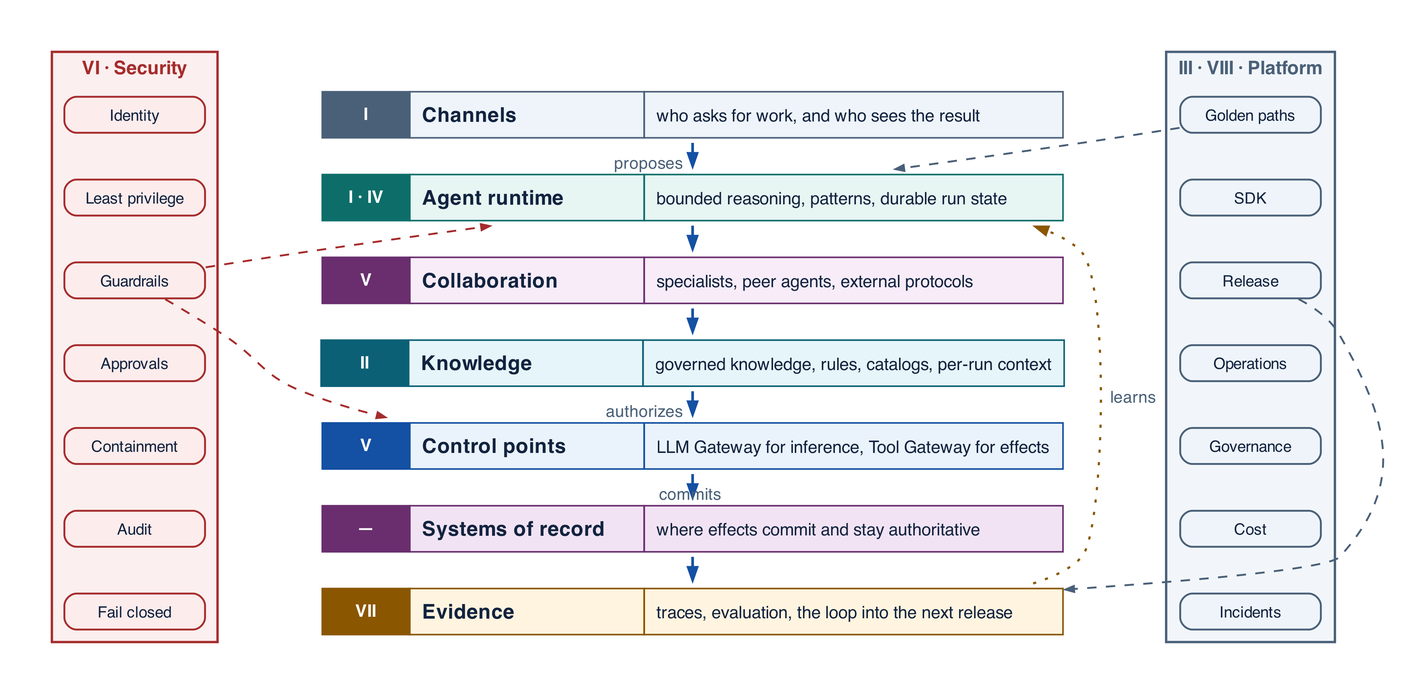
Before: assets/diagrams/system-overview.png, a diagram exported from Graphviz (rrahimi-uci/building-enterprise-general-intelligence). Its source is kept beside it as assets/diagrams/src/system-overview.gv.
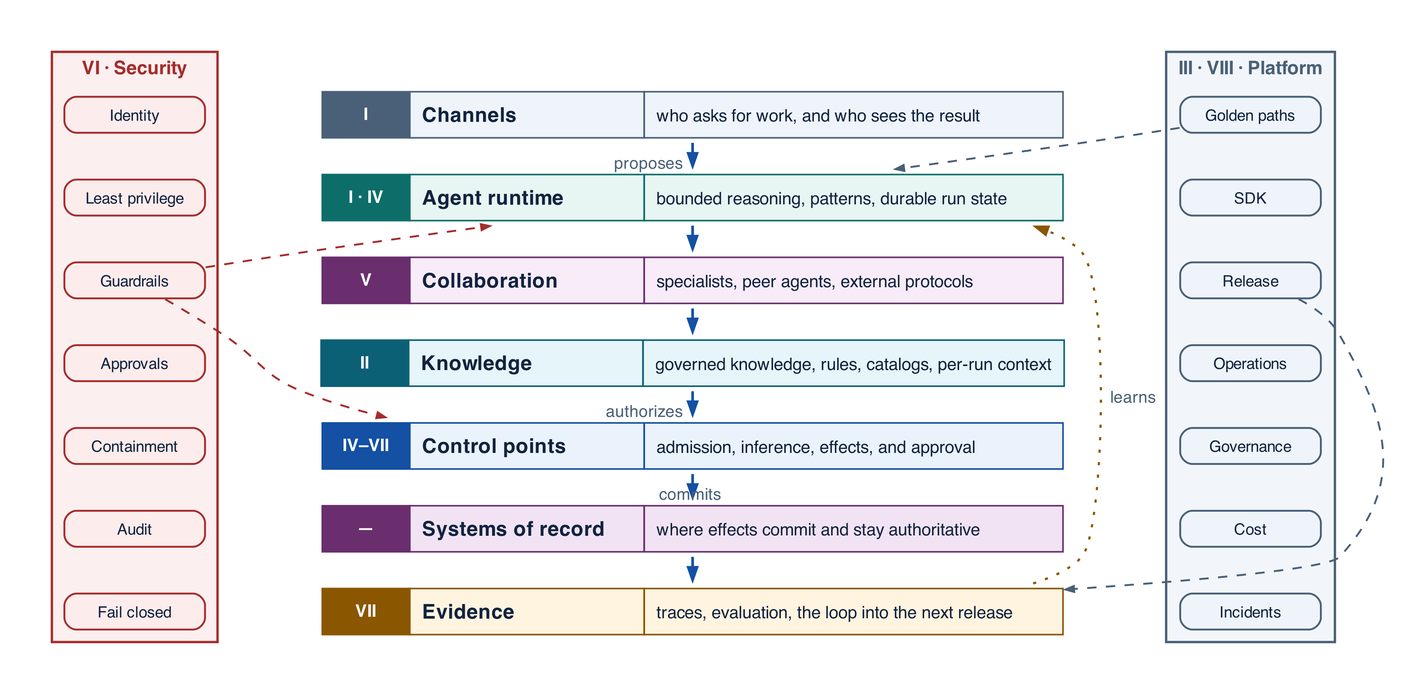
After the commit.

The edit, as a diff of the source:
```diff
@@ -42,9 +42,9 @@
         <TD WIDTH="268" ALIGN="LEFT"><FONT POINT-SIZE="11">governed knowledge, rules, catalogs, per-run context</FONT></TD></TR></TABLE>>]
 
   gw [label=<<TABLE BORDER="0" CELLBORDER="1" CELLSPACING="0" CELLPADDING="7" COLOR="#1450A3" BGCOLOR="#EAF3FB">
-    <TR><TD WIDTH="56" BGCOLOR="#1450A3" ALIGN="CENTER"><FONT COLOR="white" POINT-SIZE="11"><B>V</B></FONT></TD>
+    <TR><TD WIDTH="56" BGCOLOR="#1450A3" ALIGN="CENTER"><FONT COLOR="white" POINT-SIZE="11"><B>IV&#8211;VII</B></FONT></TD>
         <TD WIDTH="150" ALIGN="LEFT"><B>Control points</B></TD>
-        <TD WIDTH="268" ALIGN="LEFT"><FONT POINT-SIZE="11">LLM Gateway for inference, Tool Gateway for effects</FONT></TD></TR></TABLE>>]
+        <TD WIDTH="268" ALIGN="LEFT"><FONT POINT-SIZE="11">admission, inference, effects, and approval</FONT></TD></TR></TABLE>>]
 
   sor [label=<<TABLE BORDER="0" CELLBORDER="1" CELLSPACING="0" CELLPADDING="7" COLOR="#6A2E6E" BGCOLOR="#F1E3F3">
     <TR><TD WIDTH="56" BGCOLOR="#6A2E6E" ALIGN="CENTER"><FONT COLOR="white" POINT-SIZE="11"><B>—</B></FONT></TD>
```
